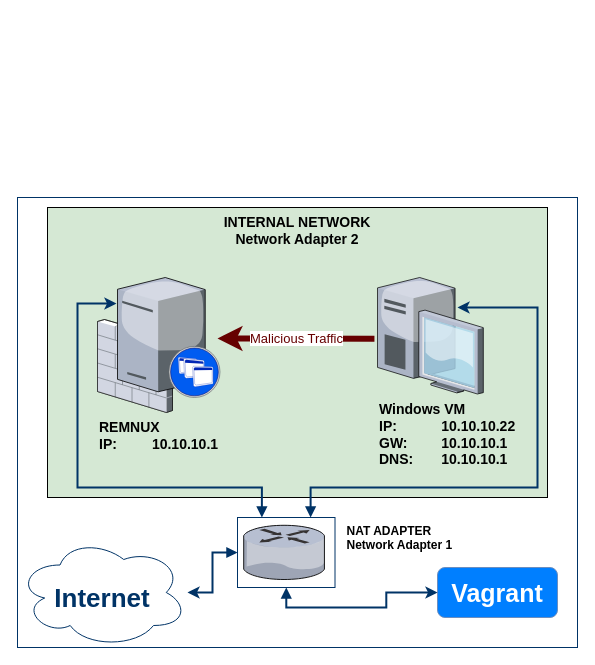
Above: pics/mallab.drawio in mncmb/ninevox (draw.io), before the change. Source tidied: cells renumbered, new cells numbered last; positions are measured from the earlier drawing's top-left corner, leaving out a move shared by most shapes. Both pictures are drawn from the tidied source at 100%, with x=0, y=0 at pixel (17, 197).
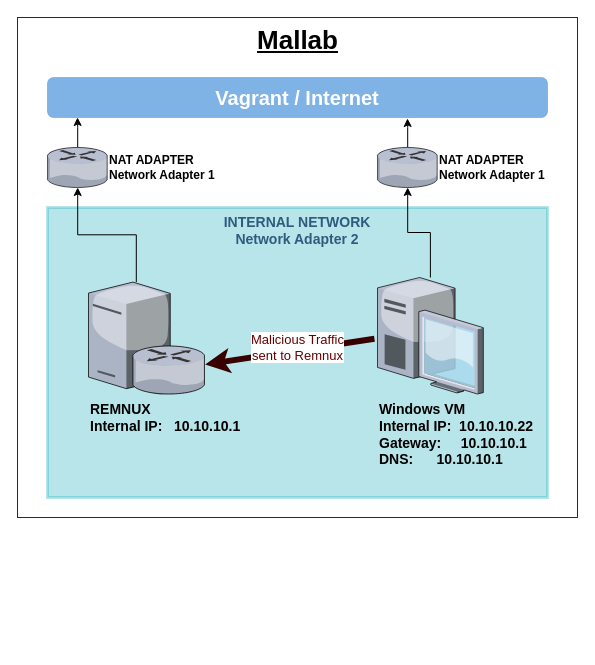
The same page after the edit.

What changed in the source:
```diff
@@
     <mxCell id="2" style="rounded=0;whiteSpace=wrap;html=1;fontSize=40;fontColor=#FFFFFF;fillColor=#FFFFFF;strokeColor=#003366;" parent="1" vertex="1">
-      <mxGeometry width="560" height="450" as="geometry" />
+      <mxGeometry y="-180" width="560" height="500" as="geometry" />
     </mxCell>
-    <mxCell id="3" value="&lt;b&gt;INTERNAL NETWORK&lt;br&gt;Network Adapter 2&lt;/b&gt;" style="whiteSpace=wrap;html=1;fillColor=#d5e8d4;fontSize=14;strokeColor=default;verticalAlign=top;" parent="1" vertex="1">
+    <mxCell id="3" value="&lt;b&gt;INTERNAL NETWORK&lt;br&gt;Network Adapter 2&lt;/b&gt;" style="whiteSpace=wrap;html=1;fillColor=#12aab5;fontSize=14;strokeColor=#12aab5;verticalAlign=top;fontColor=#2F5B7C;rounded=0;shadow=0;labelBackgroundColor=none;strokeWidth=3;opacity=30;" parent="1" vertex="1">
       <mxGeometry x="30" y="10" width="500" height="290" as="geometry" />
     </mxCell>
+    <mxCell id="18" style="edgeStyle=orthogonalEdgeStyle;rounded=0;jettySize=auto;html=1;" parent="1" edge="1" source="4" target="10">
+      <mxGeometry relative="1" as="geometry" />
+    </mxCell>
-    <mxCell id="4" value="&lt;b&gt;Windows VM&lt;br&gt;IP:&amp;nbsp; &amp;nbsp; &amp;nbsp;&lt;span style=&quot;white-space: pre&quot;&gt;&#9;&lt;/span&gt;10.10.10.22&lt;br&gt;GW:&amp;nbsp; &amp;nbsp;&lt;span style=&quot;white-space: pre&quot;&gt;&#9;&lt;/span&gt;10.10.10.1&lt;br&gt;DNS:&lt;span style=&quot;white-space: pre&quot;&gt;&#9;&lt;/span&gt;10.10.10.1&lt;/b&gt;" style="verticalLabelPosition=bottom;html=1;verticalAlign=top;strokeColor=none;shape=mxgraph.citrix.desktop;fillColor=#66B2FF;gradientColor=#0066CC;fontSize=14;align=left;" parent="1" vertex="1">
+    <mxCell id="4" value="&lt;b&gt;Windows VM&lt;br&gt;Internal IP:&amp;nbsp; 10.10.10.22&lt;br&gt;Gateway:&amp;nbsp; &amp;nbsp; &amp;nbsp;10.10.10.1&lt;br&gt;DNS:&lt;span style=&quot;white-space: pre&quot;&gt; &lt;/span&gt;&amp;nbsp; &amp;nbsp; &amp;nbsp;10.10.10.1&lt;/b&gt;" style="verticalLabelPosition=bottom;html=1;verticalAlign=top;strokeColor=none;shape=mxgraph.citrix.desktop;fillColor=#66B2FF;gradientColor=#0066CC;fontSize=14;align=left;" parent="1" vertex="1">
       <mxGeometry x="360" y="80" width="105.8" height="116.5" as="geometry" />
     </mxCell>
-    <mxCell id="5" value="REMNUX&#10;IP:         10.10.10.1" style="group;labelPosition=center;verticalLabelPosition=bottom;align=left;verticalAlign=top;fontSize=14;fontStyle=1;" parent="1" vertex="1">
-      <mxGeometry x="80" y="80" width="122.5" height="135" as="geometry" />
-    </mxCell>
-    <mxCell id="6" style="verticalLabelPosition=bottom;html=1;verticalAlign=top;strokeColor=none;shape=mxgraph.citrix.firewall;fillColor=#66B2FF;gradientColor=#0066CC;fontSize=14;" parent="5" vertex="1">
-      <mxGeometry y="42" width="75" height="93" as="geometry" />
-    </mxCell>
+    <mxCell id="8" value="Malicious Traffic&lt;br&gt;sent to Remnux" style="endArrow=classic;html=1;rounded=0;fontSize=13;exitX=-0.029;exitY=0.525;exitDx=0;exitDy=0;exitPerimeter=0;strokeWidth=6;strokeColor=#380000;fontColor=#660000;" parent="1" edge="1" source="4" target="23">
+      <mxGeometry x="-0.1" y="-3" relative="1" as="geometry" />
+    </mxCell>
+    <mxCell id="19" value="&lt;b&gt;&lt;font style=&quot;font-size: 20px&quot; color=&quot;#ffffff&quot;&gt;Vagrant / Internet&lt;/font&gt;&lt;/b&gt;" style="rounded=1;whiteSpace=wrap;html=1;strokeColor=#6c8ebf;fillColor=#0066CC;opacity=50;" parent="1" vertex="1">
+      <mxGeometry x="30" y="-120" width="500" height="40" as="geometry" />
+    </mxCell>
+    <mxCell id="20" style="edgeStyle=orthogonalEdgeStyle;rounded=0;jettySize=auto;html=1;entryX=0.06;entryY=0.999;entryDx=0;entryDy=0;entryPerimeter=0;" parent="1" edge="1" source="12" target="19">
+      <mxGeometry relative="1" as="geometry" />
+    </mxCell>
+    <mxCell id="12" value="&lt;span style=&quot;color: rgb(0, 0, 0);&quot;&gt;NAT ADAPTER&lt;br&gt;Network Adapter 1&lt;/span&gt;" style="verticalLabelPosition=middle;sketch=0;html=1;verticalAlign=middle;strokeColor=none;align=left;outlineConnect=0;shape=mxgraph.citrix.router;fontSize=12;fontColor=#FFFFFF;fillColor=#FFFFFF;labelPosition=right;fontStyle=1;" parent="1" vertex="1">
+      <mxGeometry x="30" y="-50" width="60.3" height="40" as="geometry" />
+    </mxCell>
+    <mxCell id="21" style="edgeStyle=orthogonalEdgeStyle;rounded=0;jettySize=auto;html=1;entryX=0.72;entryY=1.024;entryDx=0;entryDy=0;entryPerimeter=0;" parent="1" edge="1" source="10" target="19">
+      <mxGeometry relative="1" as="geometry" />
+    </mxCell>
+    <mxCell id="10" value="&lt;span style=&quot;color: rgb(0, 0, 0);&quot;&gt;NAT ADAPTER&lt;br&gt;Network Adapter 1&lt;/span&gt;" style="verticalLabelPosition=middle;sketch=0;html=1;verticalAlign=middle;strokeColor=none;align=left;outlineConnect=0;shape=mxgraph.citrix.router;fontSize=12;fontColor=#FFFFFF;fillColor=#FFFFFF;labelPosition=right;fontStyle=1;" parent="1" vertex="1">
+      <mxGeometry x="360" y="-50" width="60.3" height="40" as="geometry" />
+    </mxCell>
+    <mxCell id="22" style="edgeStyle=orthogonalEdgeStyle;rounded=0;jettySize=auto;html=1;" parent="1" edge="1" source="7" target="12">
+      <mxGeometry relative="1" as="geometry" />
+    </mxCell>
-    <mxCell id="7" style="verticalLabelPosition=bottom;html=1;verticalAlign=top;strokeColor=none;shape=mxgraph.citrix.xenapp_server;fillColor=#66B2FF;gradientColor=#0066CC;fontSize=14;" parent="5" vertex="1">
-      <mxGeometry x="20" width="102.5" height="120" as="geometry" />
+    <mxCell id="7" value="&lt;div style=&quot;&quot;&gt;&lt;b style=&quot;background-color: initial;&quot;&gt;REMNUX&lt;/b&gt;&lt;/div&gt;&lt;div style=&quot;&quot;&gt;&lt;b&gt;Internal IP:&amp;nbsp; &amp;nbsp;10.10.10.1&lt;/b&gt;&lt;b style=&quot;background-color: initial;&quot;&gt;&lt;br&gt;&lt;/b&gt;&lt;/div&gt;" style="verticalLabelPosition=bottom;html=1;verticalAlign=top;strokeColor=none;shape=mxgraph.citrix.xenapp_server;fillColor=#66B2FF;gradientColor=#0066CC;fontSize=14;align=left;" parent="1" vertex="1">
+      <mxGeometry x="71" y="84.6" width="95.5" height="111.9" as="geometry" />
     </mxCell>
-    <mxCell id="8" value="Malicious Traffic" style="endArrow=classic;html=1;rounded=0;fontSize=13;exitX=-0.029;exitY=0.525;exitDx=0;exitDy=0;exitPerimeter=0;strokeWidth=6;strokeColor=#660000;fontColor=#660000;" parent="1" edge="1" source="4">
-      <mxGeometry relative="1" as="geometry">
-        <mxPoint x="200" y="141" as="targetPoint" />
-      </mxGeometry>
-    </mxCell>
-    <mxCell id="9" value="&lt;font style=&quot;font-size: 25px&quot; color=&quot;#ffffff&quot;&gt;&lt;b&gt;Vagrant&lt;/b&gt;&lt;/font&gt;" style="rounded=1;whiteSpace=wrap;html=1;fontSize=13;fillColor=#007FFF;strokeColor=#6c8ebf;" parent="1" vertex="1">
-      <mxGeometry x="420" y="370" width="120" height="50" as="geometry" />
-    </mxCell>
-    <mxCell id="10" value="   NAT ADAPTER&#10;   Network Adapter 1&#10;  &#10;" style="group;labelPosition=right;verticalLabelPosition=middle;align=left;verticalAlign=top;fontStyle=1;" parent="1" vertex="1">
-      <mxGeometry x="220" y="320" width="97.5" height="70" as="geometry" />
-    </mxCell>
-    <mxCell id="11" style="rounded=0;whiteSpace=wrap;html=1;fontSize=40;fontColor=#FFFFFF;strokeColor=#003366;fillColor=#FFFFFF;" parent="10" vertex="1">
-      <mxGeometry width="97.5" height="70" as="geometry" />
-    </mxCell>
-    <mxCell id="12" style="verticalLabelPosition=bottom;sketch=0;html=1;verticalAlign=top;strokeColor=none;align=center;outlineConnect=0;shape=mxgraph.citrix.router;fontSize=40;fontColor=#FFFFFF;fillColor=#FFFFFF;" parent="10" vertex="1">
-      <mxGeometry x="6.1" y="7.8" width="81.7" height="54.2" as="geometry" />
-    </mxCell>
-    <mxCell id="13" style="edgeStyle=orthogonalEdgeStyle;rounded=0;jettySize=auto;html=1;exitX=0.75;exitY=0;exitDx=0;exitDy=0;fontSize=40;fontColor=#FFFFFF;startArrow=block;strokeColor=#003366;strokeWidth=2;fillColor=default;" parent="1" edge="1" source="11">
-      <mxGeometry relative="1" as="geometry">
-        <mxPoint x="440" y="110" as="targetPoint" />
-        <Array as="points">
-          <mxPoint x="293" y="290" />
-          <mxPoint x="520" y="290" />
-          <mxPoint x="520" y="110" />
-        </Array>
-      </mxGeometry>
-    </mxCell>
-    <mxCell id="14" style="edgeStyle=orthogonalEdgeStyle;rounded=0;jettySize=auto;html=1;exitX=0.25;exitY=0;exitDx=0;exitDy=0;entryX=-0.01;entryY=0.217;entryDx=0;entryDy=0;entryPerimeter=0;fontSize=40;fontColor=#FFFFFF;startArrow=block;strokeColor=#003366;strokeWidth=2;fillColor=default;" parent="1" edge="1" source="11" target="7">
-      <mxGeometry relative="1" as="geometry">
-        <Array as="points">
-          <mxPoint x="244" y="290" />
-          <mxPoint x="60" y="290" />
-          <mxPoint x="60" y="106" />
-        </Array>
-      </mxGeometry>
-    </mxCell>
-    <mxCell id="15" value="&lt;font color=&quot;#003366&quot; size=&quot;1&quot;&gt;&lt;b style=&quot;font-size: 26px&quot;&gt;Internet&lt;/b&gt;&lt;/font&gt;" style="ellipse;shape=cloud;whiteSpace=wrap;html=1;fontSize=40;fontColor=#FFFFFF;strokeColor=#003366;fillColor=#FFFFFF;" parent="1" vertex="1">
-      <mxGeometry y="340" width="170" height="110" as="geometry" />
-    </mxCell>
-    <mxCell id="16" style="edgeStyle=orthogonalEdgeStyle;rounded=0;jettySize=auto;html=1;exitX=0;exitY=0.5;exitDx=0;exitDy=0;fontSize=20;fontColor=#003366;startArrow=block;strokeColor=#003366;strokeWidth=2;fillColor=default;" parent="1" edge="1" source="11" target="15">
-      <mxGeometry relative="1" as="geometry" />
-    </mxCell>
-    <mxCell id="17" style="edgeStyle=orthogonalEdgeStyle;rounded=0;jettySize=auto;html=1;exitX=0.5;exitY=1;exitDx=0;exitDy=0;fontSize=20;fontColor=#003366;startArrow=block;strokeColor=#003366;strokeWidth=2;fillColor=default;" parent="1" edge="1" source="11" target="9">
-      <mxGeometry relative="1" as="geometry" />
-    </mxCell>
+    <mxCell id="23" style="verticalLabelPosition=middle;sketch=0;html=1;verticalAlign=middle;strokeColor=none;align=left;outlineConnect=0;shape=mxgraph.citrix.router;fontSize=12;fontColor=#FFFFFF;fillColor=#FFFFFF;labelPosition=right;fontStyle=1;" parent="1" vertex="1">
+      <mxGeometry x="115.3" y="148.5" width="72.4" height="48" as="geometry" />
+    </mxCell>
+    <mxCell id="24" value="Mallab" style="text;strokeColor=none;fillColor=none;html=1;fontSize=26;fontStyle=5;verticalAlign=middle;align=center;" parent="1" vertex="1">
+      <mxGeometry x="30" y="-177" width="500" height="40" as="geometry" />
+    </mxCell>
```
